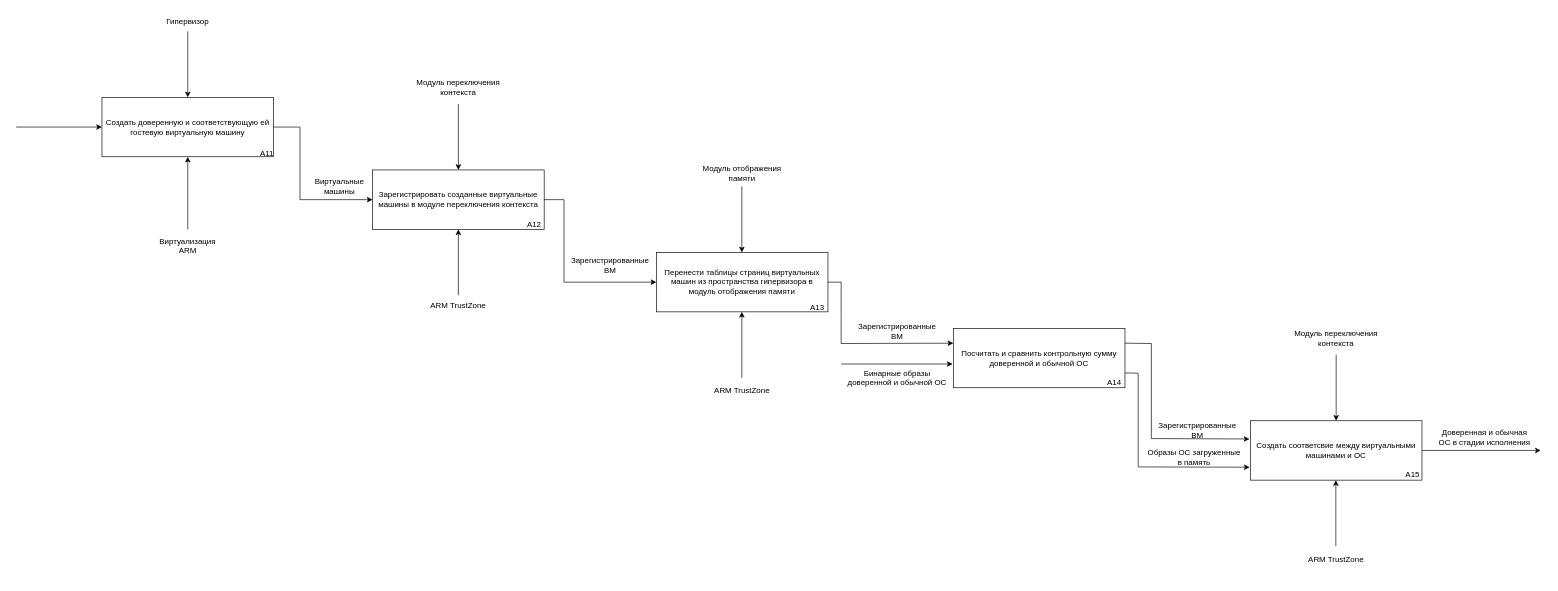
Above: page "Page-2" (2 of 2) of docs/drawio/idef0-secure-boot.drawio in mRrvz/bmstu-masters-diploma (draw.io), before the change. Source tidied: cells renumbered, new cells numbered last; positions are measured from the earlier drawing's top-left corner, leaving out a move shared by most shapes. Both pictures are drawn from the tidied source at 66%, with x=0, y=0 at pixel (16, 11).
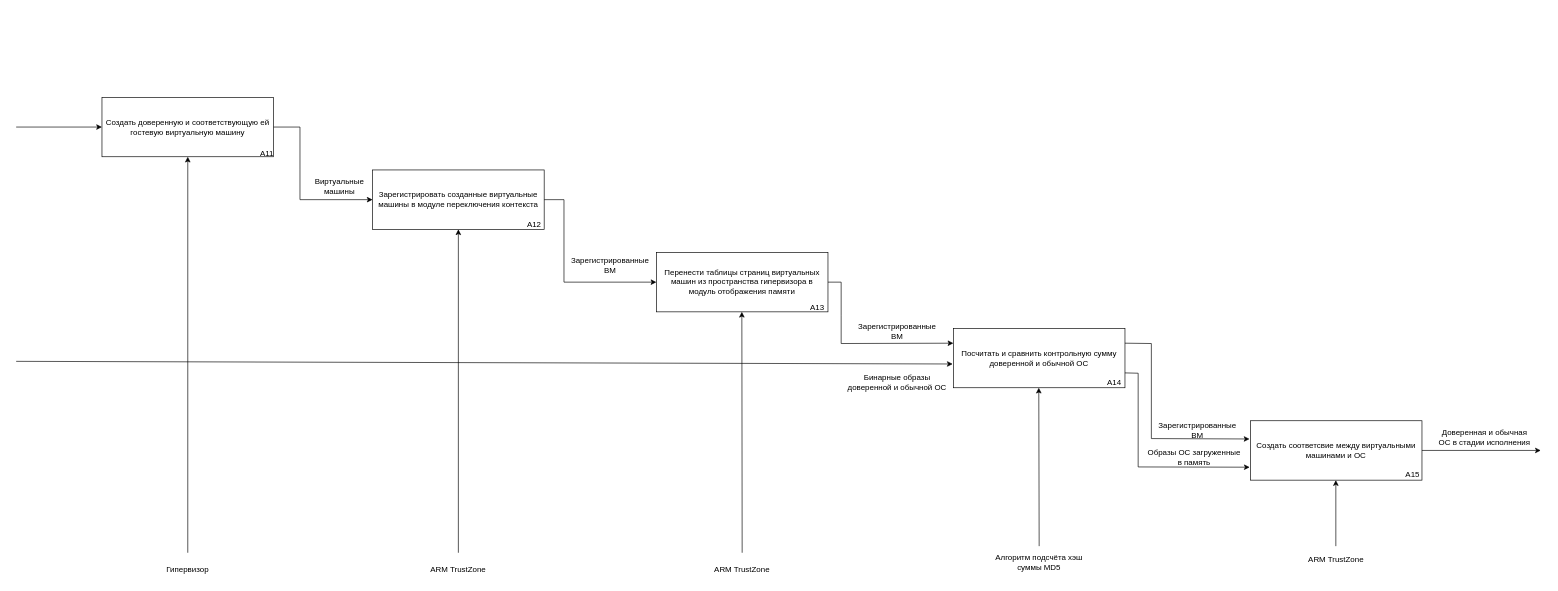
After the change.

Unchanged cells that the change refers to:
```xml
<mxCell id="2" value="Создать доверенную и соответствующую ей гостевую виртуальную машину" style="rounded=0;whiteSpace=wrap;html=1;" parent="1" vertex="1">
  <mxGeometry x="130" y="130" width="260" height="90" as="geometry" />
</mxCell>
<mxCell id="3" value="Зарегистрировать созданные виртуальные машины в модуле переключения контекста" style="rounded=0;whiteSpace=wrap;html=1;" parent="1" vertex="1">
  <mxGeometry x="540" y="240" width="260" height="90" as="geometry" />
</mxCell>
<mxCell id="5" value="Посчитать и сравнить контрольную сумму доверенной и обычной ОС" style="rounded=0;whiteSpace=wrap;html=1;" parent="1" vertex="1">
  <mxGeometry x="1420" y="480" width="260" height="90" as="geometry" />
</mxCell>
```

The edit, as a diff of the source:
```diff
@@
-    <mxCell id="7" style="endArrow=classic;html=1;rounded=0;entryX=0.5;entryY=0;entryDx=0;entryDy=0;" parent="1" edge="1" target="2">
-      <mxGeometry relative="1" as="geometry">
-        <mxPoint x="260" y="30" as="sourcePoint" />
-      </mxGeometry>
-    </mxCell>
-    <mxCell id="8" value="Гипервизор" style="text;html=1;align=center;verticalAlign=middle;whiteSpace=wrap;rounded=0;" parent="1" vertex="1">
-      <mxGeometry x="230" width="60" height="30" as="geometry" />
-    </mxCell>
-    <mxCell id="9" style="endArrow=classic;html=1;rounded=0;entryX=0.5;entryY=0;entryDx=0;entryDy=0;" parent="1" edge="1">
-      <mxGeometry relative="1" as="geometry">
-        <mxPoint x="670" y="140" as="sourcePoint" />
-        <mxPoint x="670" y="240" as="targetPoint" />
-      </mxGeometry>
-    </mxCell>
-    <mxCell id="10" value="Модуль переключения контекста" style="text;html=1;align=center;verticalAlign=middle;whiteSpace=wrap;rounded=0;" parent="1" vertex="1">
-      <mxGeometry x="600" y="100" width="140" height="30" as="geometry" />
-    </mxCell>
-    <mxCell id="11" style="endArrow=classic;html=1;rounded=0;entryX=0.5;entryY=0;entryDx=0;entryDy=0;" parent="1" edge="1">
-      <mxGeometry relative="1" as="geometry">
-        <mxPoint x="1099.5" y="265" as="sourcePoint" />
-        <mxPoint x="1099.5" y="365" as="targetPoint" />
-      </mxGeometry>
-    </mxCell>
-    <mxCell id="12" value="Модуль отображения памяти" style="text;html=1;align=center;verticalAlign=middle;whiteSpace=wrap;rounded=0;" parent="1" vertex="1">
-      <mxGeometry x="1030" y="230" width="140" height="30" as="geometry" />
-    </mxCell>
     <mxCell id="13" style="endArrow=classic;html=1;rounded=0;entryX=-0.004;entryY=0.6;entryDx=0;entryDy=0;entryPerimeter=0;" parent="1" edge="1" target="5">
       <mxGeometry relative="1" as="geometry">
-        <mxPoint x="1250" y="534" as="sourcePoint" />
+        <mxPoint y="530" as="sourcePoint" />
       </mxGeometry>
     </mxCell>
     <mxCell id="14" value="Бинарные образы доверенной и обычной ОС" style="text;html=1;align=center;verticalAlign=middle;whiteSpace=wrap;rounded=0;" parent="1" vertex="1">
-      <mxGeometry x="1250" y="540" width="170" height="30" as="geometry" />
+      <mxGeometry x="1250" y="547" width="170" height="30" as="geometry" />
     </mxCell>
@@
     <mxCell id="33" style="endArrow=classic;html=1;rounded=0;entryX=0.5;entryY=1;entryDx=0;entryDy=0;" parent="1" edge="1" target="2">
       <mxGeometry relative="1" as="geometry">
-        <mxPoint x="260" y="330" as="sourcePoint" />
+        <mxPoint x="260" y="820" as="sourcePoint" />
       </mxGeometry>
     </mxCell>
-    <mxCell id="34" value="Виртуализация ARM" style="text;html=1;align=center;verticalAlign=middle;whiteSpace=wrap;rounded=0;" parent="1" vertex="1">
-      <mxGeometry x="210" y="340" width="100" height="30" as="geometry" />
+    <mxCell id="34" value="Гипервизор" style="text;html=1;align=center;verticalAlign=middle;whiteSpace=wrap;rounded=0;" parent="1" vertex="1">
+      <mxGeometry x="210" y="830" width="100" height="30" as="geometry" />
     </mxCell>
     <mxCell id="35" style="endArrow=classic;html=1;rounded=0;entryX=0.5;entryY=1;entryDx=0;entryDy=0;" parent="1" edge="1" target="3">
       <mxGeometry relative="1" as="geometry">
-        <mxPoint x="670" y="430" as="sourcePoint" />
+        <mxPoint x="670" y="820" as="sourcePoint" />
       </mxGeometry>
     </mxCell>
     <mxCell id="36" value="ARM TrustZone" style="text;html=1;align=center;verticalAlign=middle;whiteSpace=wrap;rounded=0;" parent="1" vertex="1">
-      <mxGeometry x="620" y="430" width="100" height="30" as="geometry" />
+      <mxGeometry x="620" y="830" width="100" height="30" as="geometry" />
     </mxCell>
     <mxCell id="37" style="endArrow=classic;html=1;rounded=0;entryX=0.5;entryY=1;entryDx=0;entryDy=0;" parent="1" edge="1">
       <mxGeometry relative="1" as="geometry">
-        <mxPoint x="1099.5" y="555" as="sourcePoint" />
+        <mxPoint x="1100" y="820" as="sourcePoint" />
         <mxPoint x="1099.5" y="455" as="targetPoint" />
       </mxGeometry>
     </mxCell>
     <mxCell id="38" value="ARM TrustZone" style="text;html=1;align=center;verticalAlign=middle;whiteSpace=wrap;rounded=0;" parent="1" vertex="1">
-      <mxGeometry x="1050" y="560" width="100" height="30" as="geometry" />
+      <mxGeometry x="1050" y="830" width="100" height="30" as="geometry" />
     </mxCell>
-    <mxCell id="39" style="endArrow=classic;html=1;rounded=0;entryX=0.5;entryY=0;entryDx=0;entryDy=0;" parent="1" edge="1">
-      <mxGeometry relative="1" as="geometry">
-        <mxPoint x="2000" y="520" as="sourcePoint" />
-        <mxPoint x="2000" y="620" as="targetPoint" />
-      </mxGeometry>
-    </mxCell>
-    <mxCell id="40" value="Модуль переключения контекста" style="text;html=1;align=center;verticalAlign=middle;whiteSpace=wrap;rounded=0;" parent="1" vertex="1">
-      <mxGeometry x="1930" y="480" width="140" height="30" as="geometry" />
-    </mxCell>
@@
+    <mxCell id="43" style="endArrow=classic;html=1;rounded=0;entryX=0.5;entryY=1;entryDx=0;entryDy=0;" parent="1" edge="1">
+      <mxGeometry relative="1" as="geometry">
+        <mxPoint x="1550" y="810" as="sourcePoint" />
+        <mxPoint x="1549.4" y="570" as="targetPoint" />
+      </mxGeometry>
+    </mxCell>
+    <mxCell id="44" value="Алгоритм подсчёта хэш суммы MD5" style="text;html=1;align=center;verticalAlign=middle;whiteSpace=wrap;rounded=0;" parent="1" vertex="1">
+      <mxGeometry x="1475" y="820" width="150" height="30" as="geometry" />
+    </mxCell>
```
